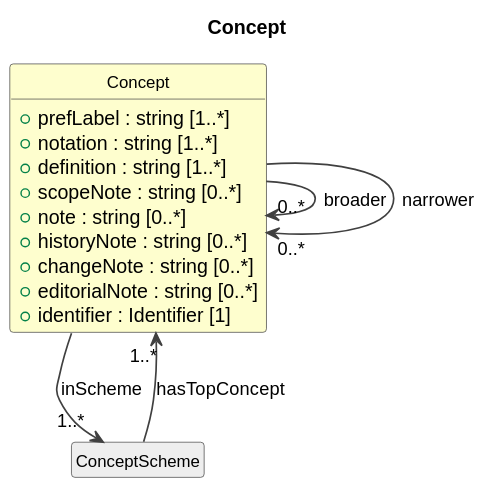
Before: cdif-uml-model/_plantuml/cdifCodelist/Classes/Concept.svg, a diagram exported from PlantUML (Cross-Domain-Interoperability-Framework/metadataBuildingBlocks).
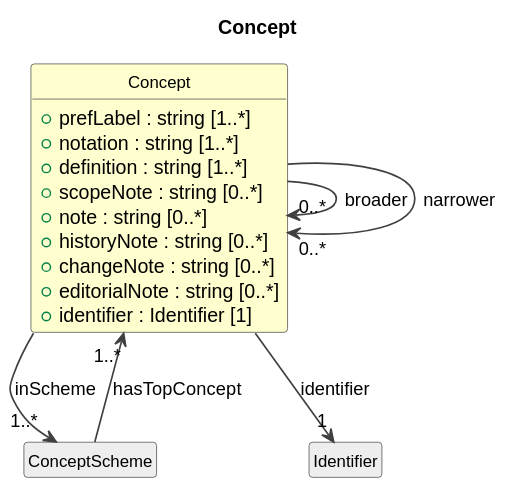
The same file after the commit.

The edit, as a diff of the source:
```diff
@@ -26,4 +26,6 @@
 Concept --> "1..*" ConceptScheme : inScheme
 Concept --> "0..*" Concept : broader
 Concept --> "0..*" Concept : narrower
+class "Identifier" as Identifier #EEEEEE
+Concept --> "1" Identifier : identifier
 @enduml
```
